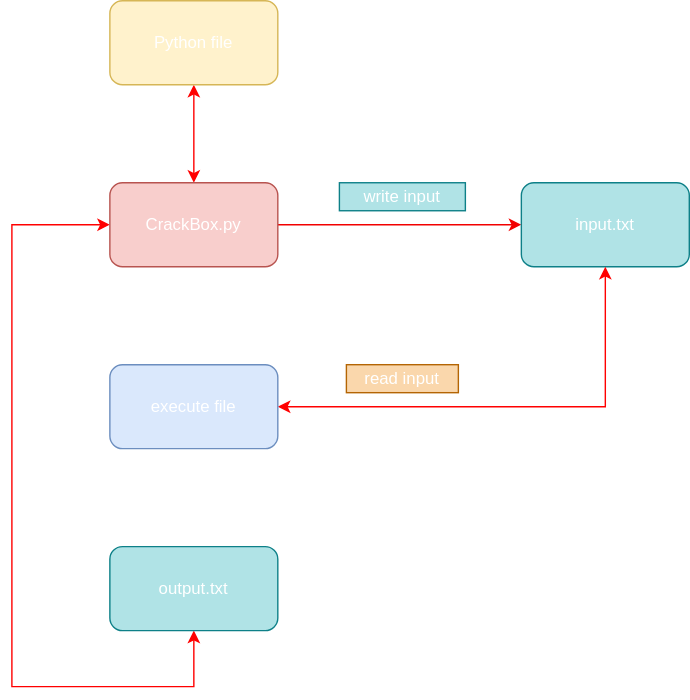
Earlier version of the draw.io export graph/CrackBox.svg (Rayato159/g6-optimization-project). Source tidied: cells renumbered, new cells last; positions are measured from the earlier drawing's top-left corner, leaving out a move shared by most shapes.
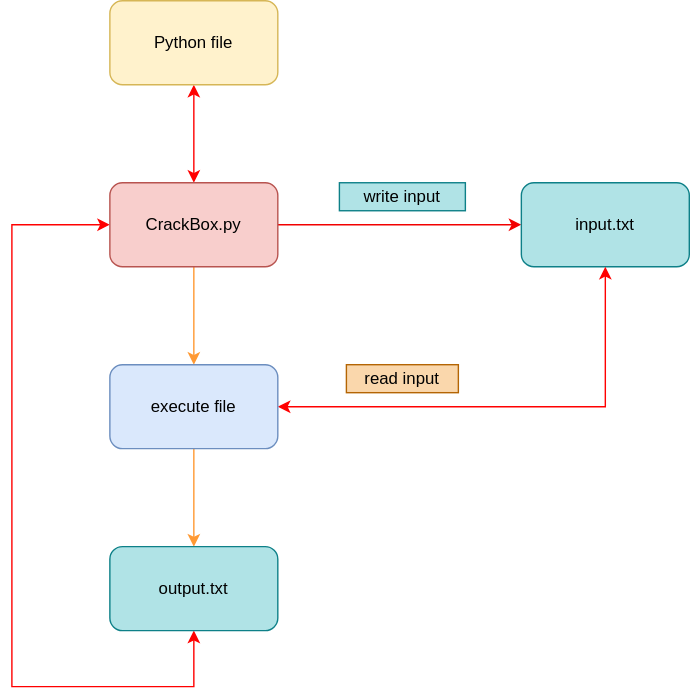
Above is the later version.

Commit message:
crack box flowchart

Change to the diagram source:
```diff
@@ -2,19 +2,19 @@
   <root>
     <mxCell id="0" />
     <mxCell id="1" parent="0" />
-    <mxCell id="2" style="edgeStyle=orthogonalEdgeStyle;rounded=0;jettySize=auto;html=1;fillColor=#fff2cc;startArrow=classic;startFill=1;strokeColor=#FF0000;fontColor=#FFFFFF;" parent="1" edge="1" source="3" target="7">
+    <mxCell id="2" style="edgeStyle=orthogonalEdgeStyle;rounded=0;jettySize=auto;html=1;fillColor=#fff2cc;startArrow=classic;startFill=1;strokeColor=#FF0000;" parent="1" edge="1" source="3" target="7">
       <mxGeometry relative="1" as="geometry" />
     </mxCell>
-    <mxCell id="3" value="Python file" style="rounded=1;whiteSpace=wrap;html=1;fillColor=#fff2cc;strokeColor=#d6b656;fontColor=#FFFFFF;" parent="1" vertex="1">
+    <mxCell id="3" value="Python file" style="rounded=1;whiteSpace=wrap;html=1;fillColor=#fff2cc;strokeColor=#d6b656;" parent="1" vertex="1">
       <mxGeometry x="70" width="120" height="60" as="geometry" />
     </mxCell>
-    <mxCell id="4" style="edgeStyle=orthogonalEdgeStyle;rounded=0;jettySize=auto;html=1;fillColor=#fad9d5;strokeColor=#F20000;fontColor=#FFFFFF;" parent="1" edge="1" source="7" target="8">
+    <mxCell id="4" style="edgeStyle=orthogonalEdgeStyle;rounded=0;jettySize=auto;html=1;fillColor=#fad9d5;strokeColor=#F20000;" parent="1" edge="1" source="7" target="8">
       <mxGeometry relative="1" as="geometry" />
     </mxCell>
-    <mxCell id="5" style="edgeStyle=orthogonalEdgeStyle;rounded=0;jettySize=auto;html=1;fontColor=#FFFFFF;strokeColor=#FFFFFF;" parent="1" edge="1" source="7" target="11">
+    <mxCell id="5" style="edgeStyle=orthogonalEdgeStyle;rounded=0;jettySize=auto;html=1;strokeColor=#FF9933;" parent="1" edge="1" source="7" target="11">
       <mxGeometry relative="1" as="geometry" />
     </mxCell>
-    <mxCell id="6" style="edgeStyle=orthogonalEdgeStyle;rounded=0;jumpStyle=none;jettySize=auto;html=1;entryX=0.5;entryY=1;entryDx=0;entryDy=0;startArrow=classic;startFill=1;strokeColor=#FF0000;fontColor=#FFFFFF;" parent="1" edge="1" source="7" target="14">
+    <mxCell id="6" style="edgeStyle=orthogonalEdgeStyle;rounded=0;jumpStyle=none;jettySize=auto;html=1;entryX=0.5;entryY=1;entryDx=0;entryDy=0;startArrow=classic;startFill=1;strokeColor=#FF0000;" parent="1" edge="1" source="7" target="14">
       <mxGeometry relative="1" as="geometry">
         <Array as="points">
           <mxPoint y="160" />
@@ -23,28 +23,28 @@
         </Array>
       </mxGeometry>
     </mxCell>
-    <mxCell id="7" value="CrackBox.py" style="whiteSpace=wrap;html=1;rounded=1;fillColor=#f8cecc;strokeColor=#b85450;fontColor=#FFFFFF;" parent="1" vertex="1">
+    <mxCell id="7" value="CrackBox.py" style="whiteSpace=wrap;html=1;rounded=1;fillColor=#f8cecc;strokeColor=#b85450;" parent="1" vertex="1">
       <mxGeometry x="70" y="130" width="120" height="60" as="geometry" />
     </mxCell>
-    <mxCell id="8" value="input.txt" style="rounded=1;whiteSpace=wrap;html=1;fillColor=#b0e3e6;strokeColor=#0e8088;fontColor=#FFFFFF;" parent="1" vertex="1">
+    <mxCell id="8" value="input.txt" style="rounded=1;whiteSpace=wrap;html=1;fillColor=#b0e3e6;strokeColor=#0e8088;" parent="1" vertex="1">
       <mxGeometry x="364" y="130" width="120" height="60" as="geometry" />
     </mxCell>
-    <mxCell id="9" style="rounded=0;jettySize=auto;html=1;entryX=0.5;entryY=1;entryDx=0;entryDy=0;jumpStyle=none;edgeStyle=orthogonalEdgeStyle;startArrow=classic;startFill=1;fillColor=#f8cecc;strokeColor=#FF0000;fontColor=#FFFFFF;" parent="1" edge="1" source="11" target="8">
+    <mxCell id="9" style="rounded=0;jettySize=auto;html=1;entryX=0.5;entryY=1;entryDx=0;entryDy=0;jumpStyle=none;edgeStyle=orthogonalEdgeStyle;startArrow=classic;startFill=1;fillColor=#f8cecc;strokeColor=#FF0000;" parent="1" edge="1" source="11" target="8">
       <mxGeometry relative="1" as="geometry" />
     </mxCell>
-    <mxCell id="10" style="edgeStyle=orthogonalEdgeStyle;rounded=0;jettySize=auto;html=1;fontColor=#FFFFFF;strokeColor=#FFFFFF;" parent="1" edge="1" source="11" target="14">
+    <mxCell id="10" style="edgeStyle=orthogonalEdgeStyle;rounded=0;jettySize=auto;html=1;strokeColor=#FF9933;" parent="1" edge="1" source="11" target="14">
       <mxGeometry relative="1" as="geometry" />
     </mxCell>
-    <mxCell id="11" value="execute file" style="whiteSpace=wrap;html=1;rounded=1;fillColor=#dae8fc;strokeColor=#6c8ebf;fontColor=#FFFFFF;" parent="1" vertex="1">
+    <mxCell id="11" value="execute file" style="whiteSpace=wrap;html=1;rounded=1;fillColor=#dae8fc;strokeColor=#6c8ebf;" parent="1" vertex="1">
       <mxGeometry x="70" y="260" width="120" height="60" as="geometry" />
     </mxCell>
-    <mxCell id="12" value="write input" style="text;html=1;fillColor=#b0e3e6;align=center;verticalAlign=middle;whiteSpace=wrap;rounded=0;strokeColor=#0e8088;fontColor=#FFFFFF;" parent="1" vertex="1">
+    <mxCell id="12" value="write input" style="text;html=1;fillColor=#b0e3e6;align=center;verticalAlign=middle;whiteSpace=wrap;rounded=0;strokeColor=#0e8088;" parent="1" vertex="1">
       <mxGeometry x="234" y="130" width="90" height="20" as="geometry" />
     </mxCell>
-    <mxCell id="13" value="read input" style="text;html=1;fillColor=#fad7ac;align=center;verticalAlign=middle;whiteSpace=wrap;rounded=0;strokeColor=#b46504;fontColor=#FFFFFF;" parent="1" vertex="1">
+    <mxCell id="13" value="read input" style="text;html=1;fillColor=#fad7ac;align=center;verticalAlign=middle;whiteSpace=wrap;rounded=0;strokeColor=#b46504;" parent="1" vertex="1">
       <mxGeometry x="239" y="260" width="80" height="20" as="geometry" />
     </mxCell>
-    <mxCell id="14" value="output.txt" style="whiteSpace=wrap;html=1;rounded=1;fillColor=#b0e3e6;strokeColor=#0e8088;fontColor=#FFFFFF;" parent="1" vertex="1">
+    <mxCell id="14" value="output.txt" style="whiteSpace=wrap;html=1;rounded=1;fillColor=#b0e3e6;strokeColor=#0e8088;" parent="1" vertex="1">
       <mxGeometry x="70" y="390" width="120" height="60" as="geometry" />
     </mxCell>
   </root>
```
